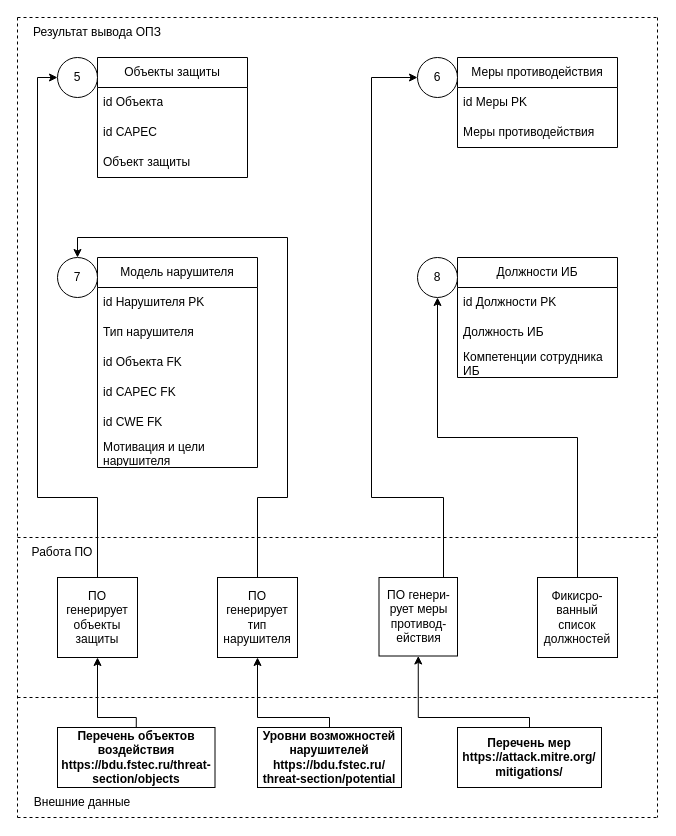
Before: New_Shema_OPZ/(Обновленная схема ОПЗ) Частная политика.drawio in SmirnovBogdan8/Diplom, a draw.io diagram. Source tidied: cells renumbered, new cells numbered last; positions are measured from the earlier drawing's top-left corner, leaving out a move shared by most shapes. Both pictures are drawn from the tidied source at 100%, with x=0, y=0 at pixel (17, 17).
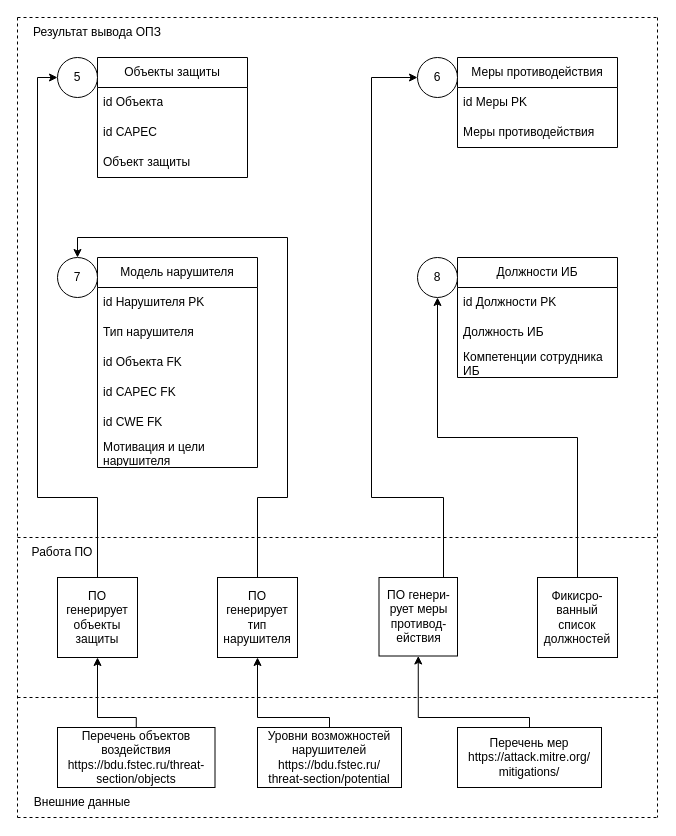
The same page after the edit.

Diff of the diagram source:
```diff
@@
-    <mxCell id="39" value="&lt;b&gt;Перечень объектов воздействия&lt;/b&gt;&lt;br&gt;&lt;div&gt;&lt;b&gt;https://bdu.fstec.ru/threat-section/objects&lt;/b&gt;&lt;/div&gt;" style="rounded=0;whiteSpace=wrap;html=1;" parent="1" vertex="1">
+    <mxCell id="39" value="Перечень объектов воздействия&lt;br&gt;&lt;div&gt;https://bdu.fstec.ru/threat-section/objects&lt;/div&gt;" style="rounded=0;whiteSpace=wrap;html=1;" parent="1" vertex="1">
       <mxGeometry x="40" y="710" width="157.5" height="60" as="geometry" />
     </mxCell>
@@
-    <mxCell id="41" value="&lt;b&gt;Уровни возможностей нарушителей&lt;/b&gt;&lt;br&gt;&lt;div&gt;&lt;b&gt;https://bdu.fstec.ru/&lt;/b&gt;&lt;/div&gt;&lt;div&gt;&lt;b&gt;threat-section/potential&lt;/b&gt;&lt;/div&gt;" style="rounded=0;whiteSpace=wrap;html=1;" parent="1" vertex="1">
+    <mxCell id="41" value="Уровни возможностей нарушителей&lt;br&gt;&lt;div&gt;https://bdu.fstec.ru/&lt;/div&gt;&lt;div&gt;threat-section/potential&lt;/div&gt;" style="rounded=0;whiteSpace=wrap;html=1;" parent="1" vertex="1">
       <mxGeometry x="240" y="710" width="144" height="60" as="geometry" />
     </mxCell>
@@
-    <mxCell id="43" value="&lt;b&gt;Перечень мер&lt;/b&gt;&lt;br&gt;&lt;div&gt;&lt;b&gt;https://attack.mitre.org/&lt;/b&gt;&lt;/div&gt;&lt;div&gt;&lt;b&gt;mitigations/&lt;/b&gt;&lt;/div&gt;" style="rounded=0;whiteSpace=wrap;html=1;" parent="1" vertex="1">
+    <mxCell id="43" value="Перечень мер&lt;br&gt;&lt;div&gt;https://attack.mitre.org/&lt;/div&gt;&lt;div&gt;mitigations/&lt;/div&gt;" style="rounded=0;whiteSpace=wrap;html=1;" parent="1" vertex="1">
       <mxGeometry x="440" y="710" width="144" height="60" as="geometry" />
     </mxCell>
```
